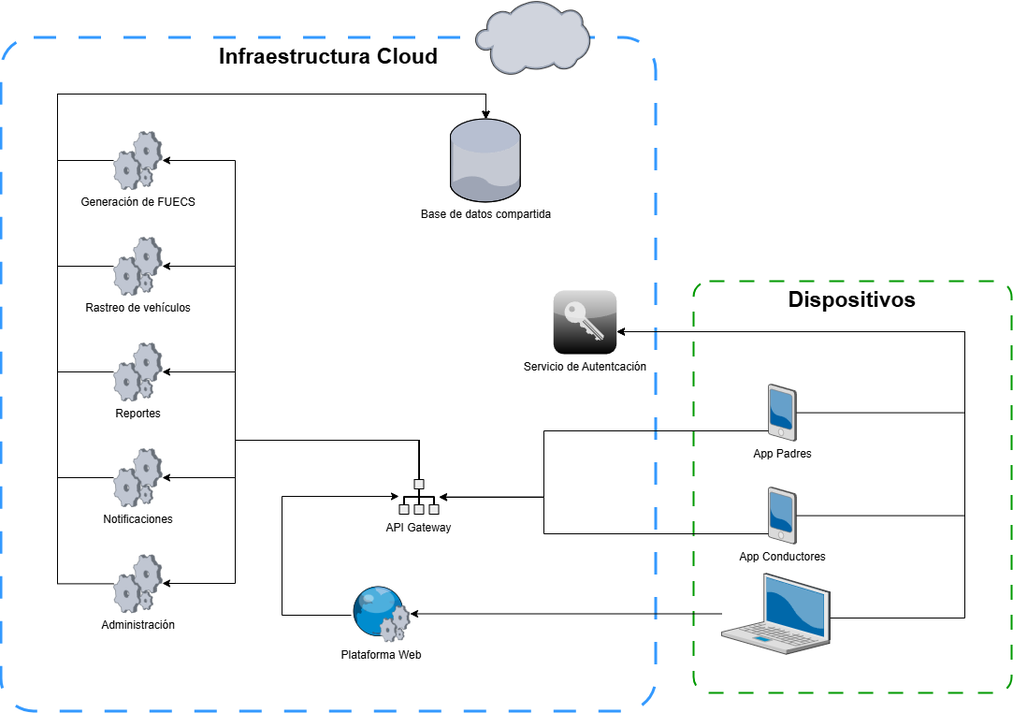
This is AREM-Taller_4_Infraestructura/entrega/diagrama-bo-tech.drawio.png from pipe1408/AREM-G1-entregas-cliente, a draw.io export, as it was before one commit. Source tidied: cells renumbered, new cells last; positions are measured from the earlier drawing's top-left corner, leaving out a move shared by most shapes. The source it was exported from:
```xml
<mxGraphModel background="#FFFFFF">
  <root>
    <mxCell id="0" />
    <mxCell id="1" parent="0" />
    <mxCell id="2" style="group;" parent="1" vertex="1">
      <mxGeometry width="700" height="760" as="geometry" />
    </mxCell>
    <mxCell id="3" value="&lt;b&gt;&lt;font style=&quot;font-size: 23px;&quot;&gt;Infraestructura Cloud&lt;/font&gt;&lt;/b&gt;" style="rounded=1;whiteSpace=wrap;html=1;fillColor=none;dashed=1;dashPattern=8 8;arcSize=5;verticalAlign=top;strokeColor=#3399FF;perimeterSpacing=4;strokeWidth=3;" parent="2" vertex="1">
      <mxGeometry y="40" width="700" height="720" as="geometry" />
    </mxCell>
    <mxCell id="4" style="verticalLabelPosition=bottom;sketch=0;html=1;verticalAlign=top;strokeColor=none;align=center;shape=mxgraph.citrix.cloud;" parent="2" vertex="1">
      <mxGeometry x="506.5" width="123" height="80.3" as="geometry" />
    </mxCell>
    <mxCell id="5" value="&lt;span style=&quot;font-size: 23px;&quot;&gt;&lt;b&gt;Dispositivos&lt;/b&gt;&lt;/span&gt;" style="rounded=1;whiteSpace=wrap;html=1;fillColor=none;dashed=1;dashPattern=8 8;arcSize=5;verticalAlign=top;strokeColor=#009900;perimeterSpacing=4;strokeWidth=2;" parent="1" vertex="1">
      <mxGeometry x="740" y="300" width="340" height="440" as="geometry" />
    </mxCell>
    <mxCell id="6" style="edgeStyle=orthogonalEdgeStyle;rounded=0;jettySize=auto;html=1;" parent="1" edge="1" source="7" target="22">
      <mxGeometry relative="1" as="geometry">
        <Array as="points">
          <mxPoint x="1030" y="441" />
          <mxPoint x="1030" y="354" />
        </Array>
      </mxGeometry>
    </mxCell>
    <mxCell id="7" value="App Padres" style="verticalLabelPosition=bottom;sketch=0;html=1;verticalAlign=top;strokeColor=none;align=center;outlineConnect=0;shape=mxgraph.citrix.pda;" parent="1" vertex="1">
      <mxGeometry x="820" y="410" width="30" height="61" as="geometry" />
    </mxCell>
    <mxCell id="8" style="edgeStyle=orthogonalEdgeStyle;rounded=0;jettySize=auto;html=1;startArrow=classic;startFill=1;endArrow=none;endFill=0;" parent="1" edge="1" source="14" target="7">
      <mxGeometry relative="1" as="geometry">
        <Array as="points">
          <mxPoint x="580" y="530" />
          <mxPoint x="580" y="460" />
        </Array>
      </mxGeometry>
    </mxCell>
    <mxCell id="9" style="edgeStyle=orthogonalEdgeStyle;rounded=0;jettySize=auto;html=1;" parent="1" edge="1" source="14" target="29">
      <mxGeometry relative="1" as="geometry">
        <Array as="points">
          <mxPoint x="446" y="470" />
          <mxPoint x="250" y="470" />
          <mxPoint x="250" y="623" />
        </Array>
      </mxGeometry>
    </mxCell>
    <mxCell id="10" style="edgeStyle=orthogonalEdgeStyle;rounded=0;jettySize=auto;html=1;" parent="1" edge="1" source="14" target="33">
      <mxGeometry relative="1" as="geometry">
        <Array as="points">
          <mxPoint x="446" y="470" />
          <mxPoint x="250" y="470" />
          <mxPoint x="250" y="510" />
        </Array>
      </mxGeometry>
    </mxCell>
    <mxCell id="11" style="edgeStyle=orthogonalEdgeStyle;rounded=0;jettySize=auto;html=1;" parent="1" edge="1" source="14" target="31">
      <mxGeometry relative="1" as="geometry">
        <Array as="points">
          <mxPoint x="446" y="470" />
          <mxPoint x="250" y="470" />
          <mxPoint x="250" y="397" />
        </Array>
      </mxGeometry>
    </mxCell>
    <mxCell id="12" style="edgeStyle=orthogonalEdgeStyle;rounded=0;jettySize=auto;html=1;" parent="1" edge="1" source="14" target="25">
      <mxGeometry relative="1" as="geometry">
        <Array as="points">
          <mxPoint x="446" y="470" />
          <mxPoint x="250" y="470" />
          <mxPoint x="250" y="284" />
        </Array>
      </mxGeometry>
    </mxCell>
    <mxCell id="13" style="edgeStyle=orthogonalEdgeStyle;rounded=0;jettySize=auto;html=1;" parent="1" edge="1" source="14" target="27">
      <mxGeometry relative="1" as="geometry">
        <Array as="points">
          <mxPoint x="446" y="470" />
          <mxPoint x="250" y="470" />
          <mxPoint x="250" y="171" />
        </Array>
      </mxGeometry>
    </mxCell>
    <mxCell id="14" value="API Gateway" style="shape=mxgraph.networks2.icon;fillColor=#EDEDED;strokeColor=#000000;gradientColor=#5B6163;network2IconShadow=1;network2bgFillColor=none;labelPosition=center;verticalLabelPosition=bottom;align=center;verticalAlign=top;network2Icon=mxgraph.networks2.load_balancer;network2IconW=0.86;network2IconH=0.76;" parent="1" vertex="1">
      <mxGeometry x="425" y="511.5" width="43" height="38" as="geometry" />
    </mxCell>
    <mxCell id="15" style="edgeStyle=none;rounded=0;jettySize=auto;html=1;" parent="1" edge="1" source="16" target="21">
      <mxGeometry relative="1" as="geometry" />
    </mxCell>
    <mxCell id="16" style="verticalLabelPosition=bottom;sketch=0;html=1;verticalAlign=top;strokeColor=none;align=center;outlineConnect=0;shape=mxgraph.citrix.laptop_2;" parent="1" vertex="1">
      <mxGeometry x="770" y="612.2" width="116" height="86.5" as="geometry" />
    </mxCell>
    <mxCell id="17" style="edgeStyle=orthogonalEdgeStyle;rounded=0;jettySize=auto;html=1;" parent="1" edge="1" source="21" target="14">
      <mxGeometry relative="1" as="geometry">
        <Array as="points">
          <mxPoint x="300" y="657" />
          <mxPoint x="300" y="530" />
        </Array>
      </mxGeometry>
    </mxCell>
    <mxCell id="18" style="edgeStyle=orthogonalEdgeStyle;rounded=0;jettySize=auto;html=1;" parent="1" edge="1" source="19" target="22">
      <mxGeometry relative="1" as="geometry">
        <Array as="points">
          <mxPoint x="1030" y="551" />
          <mxPoint x="1030" y="354" />
        </Array>
      </mxGeometry>
    </mxCell>
    <mxCell id="19" value="App Conductores" style="verticalLabelPosition=bottom;sketch=0;html=1;verticalAlign=top;strokeColor=none;align=center;outlineConnect=0;shape=mxgraph.citrix.pda;" parent="1" vertex="1">
      <mxGeometry x="820" y="520" width="30" height="61" as="geometry" />
    </mxCell>
    <mxCell id="20" style="edgeStyle=orthogonalEdgeStyle;rounded=0;jettySize=auto;html=1;" parent="1" edge="1" source="19" target="14">
      <mxGeometry relative="1" as="geometry">
        <Array as="points">
          <mxPoint x="580" y="570" />
          <mxPoint x="580" y="531" />
        </Array>
      </mxGeometry>
    </mxCell>
    <mxCell id="21" value="Plataforma Web" style="verticalLabelPosition=bottom;sketch=0;html=1;verticalAlign=top;strokeColor=none;align=center;outlineConnect=0;shape=mxgraph.citrix.web_service;" parent="1" vertex="1">
      <mxGeometry x="374" y="625.5" width="63" height="60" as="geometry" />
    </mxCell>
    <mxCell id="22" value="Servicio de Autentcación" style="verticalLabelPosition=bottom;sketch=0;html=1;verticalAlign=top;strokeColor=none;align=center;outlineConnect=0;shape=mxgraph.citrix.role_security;fillColor=#CCCCCC;gradientColor=#000000;gradientDirection=south;" parent="1" vertex="1">
      <mxGeometry x="590" y="310" width="68" height="68" as="geometry" />
    </mxCell>
    <mxCell id="23" style="edgeStyle=orthogonalEdgeStyle;rounded=0;jettySize=auto;html=1;" parent="1" edge="1" source="16" target="22">
      <mxGeometry relative="1" as="geometry">
        <Array as="points">
          <mxPoint x="1030" y="660" />
          <mxPoint x="1030" y="354" />
        </Array>
      </mxGeometry>
    </mxCell>
    <mxCell id="24" style="edgeStyle=orthogonalEdgeStyle;rounded=0;jettySize=auto;html=1;" parent="1" edge="1" source="25" target="34">
      <mxGeometry relative="1" as="geometry">
        <Array as="points">
          <mxPoint x="60" y="284" />
          <mxPoint x="60" y="100" />
          <mxPoint x="518" y="100" />
        </Array>
      </mxGeometry>
    </mxCell>
    <mxCell id="25" value="Rastreo de vehículos" style="verticalLabelPosition=bottom;sketch=0;html=1;verticalAlign=top;strokeColor=none;align=center;outlineConnect=0;shape=mxgraph.citrix.process;" parent="1" vertex="1">
      <mxGeometry x="120" y="253" width="52" height="62" as="geometry" />
    </mxCell>
    <mxCell id="26" style="edgeStyle=orthogonalEdgeStyle;rounded=0;jettySize=auto;html=1;" parent="1" edge="1" source="27" target="34">
      <mxGeometry relative="1" as="geometry">
        <Array as="points">
          <mxPoint x="60" y="171" />
          <mxPoint x="60" y="100" />
          <mxPoint x="518" y="100" />
        </Array>
      </mxGeometry>
    </mxCell>
    <mxCell id="27" value="Generación de FUECS" style="verticalLabelPosition=bottom;sketch=0;html=1;verticalAlign=top;strokeColor=none;align=center;outlineConnect=0;shape=mxgraph.citrix.process;" parent="1" vertex="1">
      <mxGeometry x="120" y="140" width="52" height="62" as="geometry" />
    </mxCell>
    <mxCell id="28" style="edgeStyle=orthogonalEdgeStyle;rounded=0;jettySize=auto;html=1;" parent="1" edge="1" source="29" target="34">
      <mxGeometry relative="1" as="geometry">
        <Array as="points">
          <mxPoint x="60" y="623" />
          <mxPoint x="60" y="100" />
          <mxPoint x="518" y="100" />
        </Array>
      </mxGeometry>
    </mxCell>
    <mxCell id="29" value="Administración" style="verticalLabelPosition=bottom;sketch=0;html=1;verticalAlign=top;strokeColor=none;align=center;outlineConnect=0;shape=mxgraph.citrix.process;" parent="1" vertex="1">
      <mxGeometry x="120" y="592.2" width="52" height="62" as="geometry" />
    </mxCell>
    <mxCell id="30" style="edgeStyle=orthogonalEdgeStyle;rounded=0;jettySize=auto;html=1;" parent="1" edge="1" source="31" target="34">
      <mxGeometry relative="1" as="geometry">
        <Array as="points">
          <mxPoint x="60" y="397" />
          <mxPoint x="60" y="100" />
          <mxPoint x="518" y="100" />
        </Array>
      </mxGeometry>
    </mxCell>
    <mxCell id="31" value="Reportes" style="verticalLabelPosition=bottom;sketch=0;html=1;verticalAlign=top;strokeColor=none;align=center;outlineConnect=0;shape=mxgraph.citrix.process;" parent="1" vertex="1">
      <mxGeometry x="120" y="366" width="52" height="62" as="geometry" />
    </mxCell>
    <mxCell id="32" style="edgeStyle=orthogonalEdgeStyle;rounded=0;jettySize=auto;html=1;" parent="1" edge="1" source="33" target="34">
      <mxGeometry relative="1" as="geometry">
        <Array as="points">
          <mxPoint x="60" y="510" />
          <mxPoint x="60" y="100" />
          <mxPoint x="518" y="100" />
        </Array>
      </mxGeometry>
    </mxCell>
    <mxCell id="33" value="Notificaciones" style="verticalLabelPosition=bottom;sketch=0;html=1;verticalAlign=top;strokeColor=none;align=center;outlineConnect=0;shape=mxgraph.citrix.process;" parent="1" vertex="1">
      <mxGeometry x="120" y="479" width="52" height="62" as="geometry" />
    </mxCell>
    <mxCell id="34" value="Base de datos compartida" style="verticalLabelPosition=bottom;sketch=0;html=1;verticalAlign=top;strokeColor=none;align=center;outlineConnect=0;shape=mxgraph.citrix.database;" parent="1" vertex="1">
      <mxGeometry x="480" y="126.6" width="75.5" height="88.8" as="geometry" />
    </mxCell>
  </root>
</mxGraphModel>
```
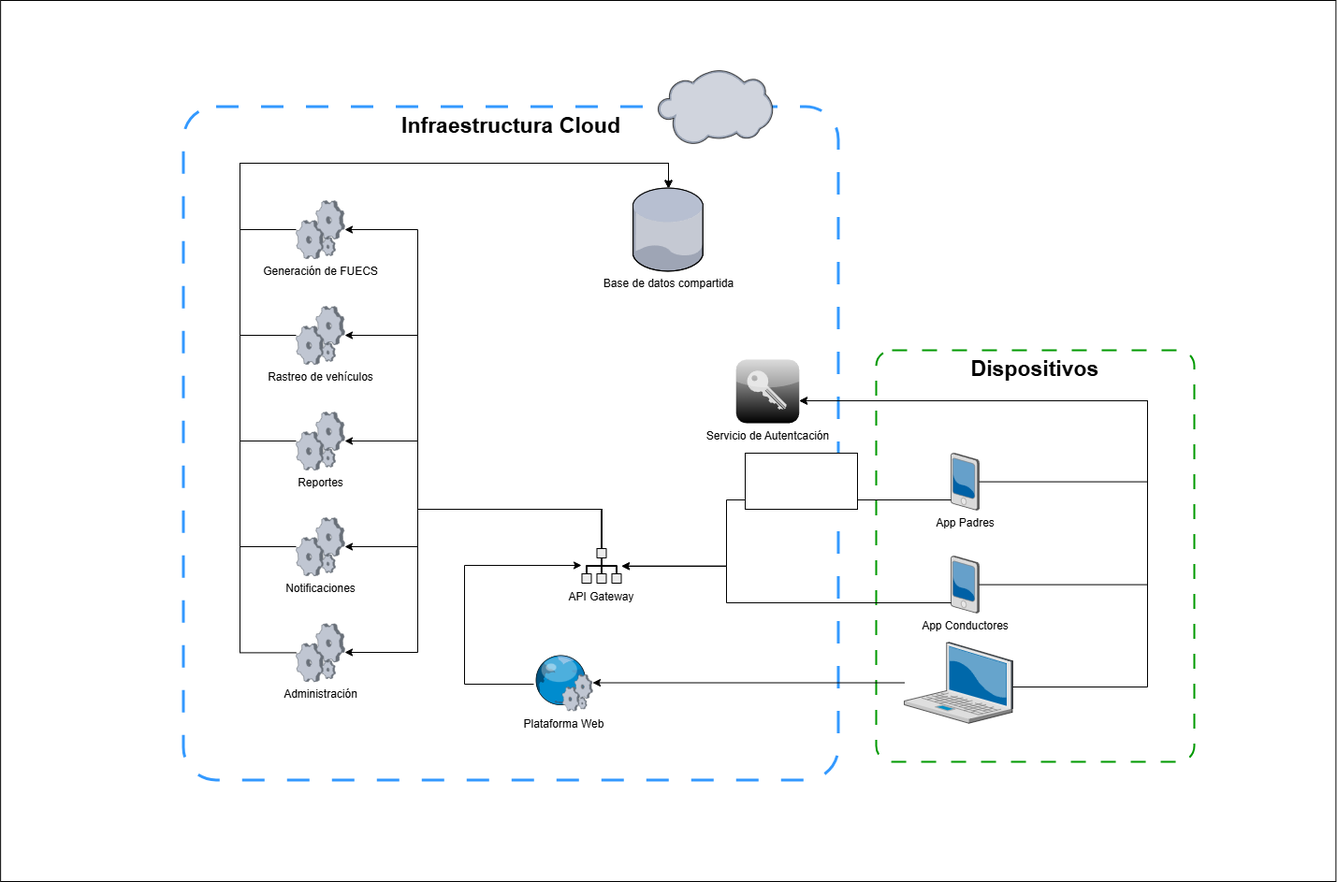
The same diagram one commit later.

What changed in the source:
```diff
@@ -2,6 +2,9 @@
   <root>
     <mxCell id="0" />
     <mxCell id="1" parent="0" />
+    <mxCell id="35" style="rounded=0;whiteSpace=wrap;html=1;" parent="1" vertex="1">
+      <mxGeometry x="-195.9" y="-74" width="1427.2" height="942" as="geometry" />
+    </mxCell>
     <mxCell id="2" style="group;" parent="1" vertex="1">
       <mxGeometry width="700" height="760" as="geometry" />
     </mxCell>
@@ -191,5 +194,8 @@
     <mxCell id="34" value="Base de datos compartida" style="verticalLabelPosition=bottom;sketch=0;html=1;verticalAlign=top;strokeColor=none;align=center;outlineConnect=0;shape=mxgraph.citrix.database;" parent="1" vertex="1">
       <mxGeometry x="480" y="126.6" width="75.5" height="88.8" as="geometry" />
     </mxCell>
+    <mxCell id="36" style="rounded=0;whiteSpace=wrap;html=1;" parent="1" vertex="1">
+      <mxGeometry x="600" y="410" width="120" height="60" as="geometry" />
+    </mxCell>
   </root>
 </mxGraphModel>
```
